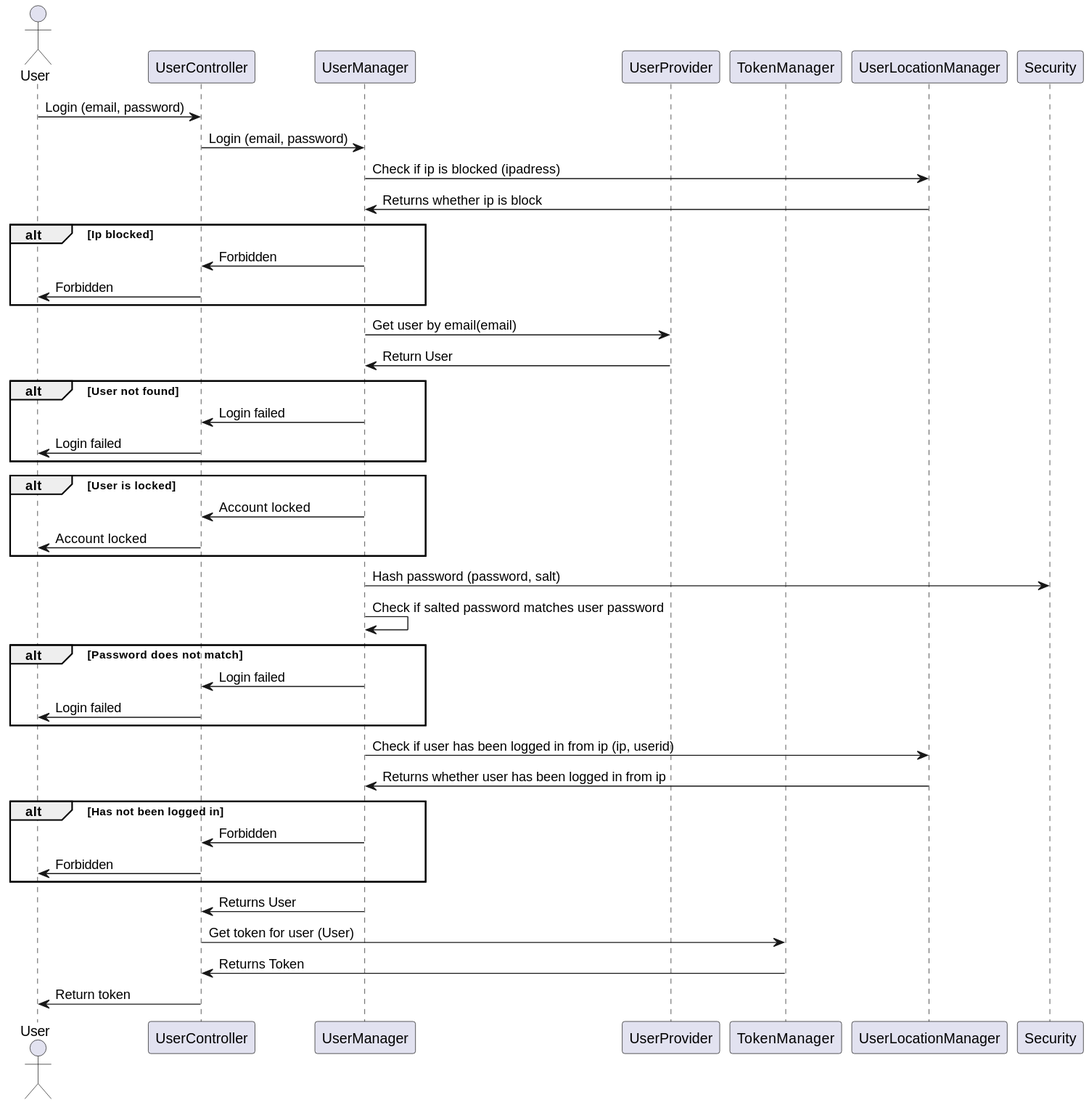
Earlier version of the PlantUML export Docs/out/SDDiagrams/LoginSD/Login SD.svg (blackout1471/trust-us-school).
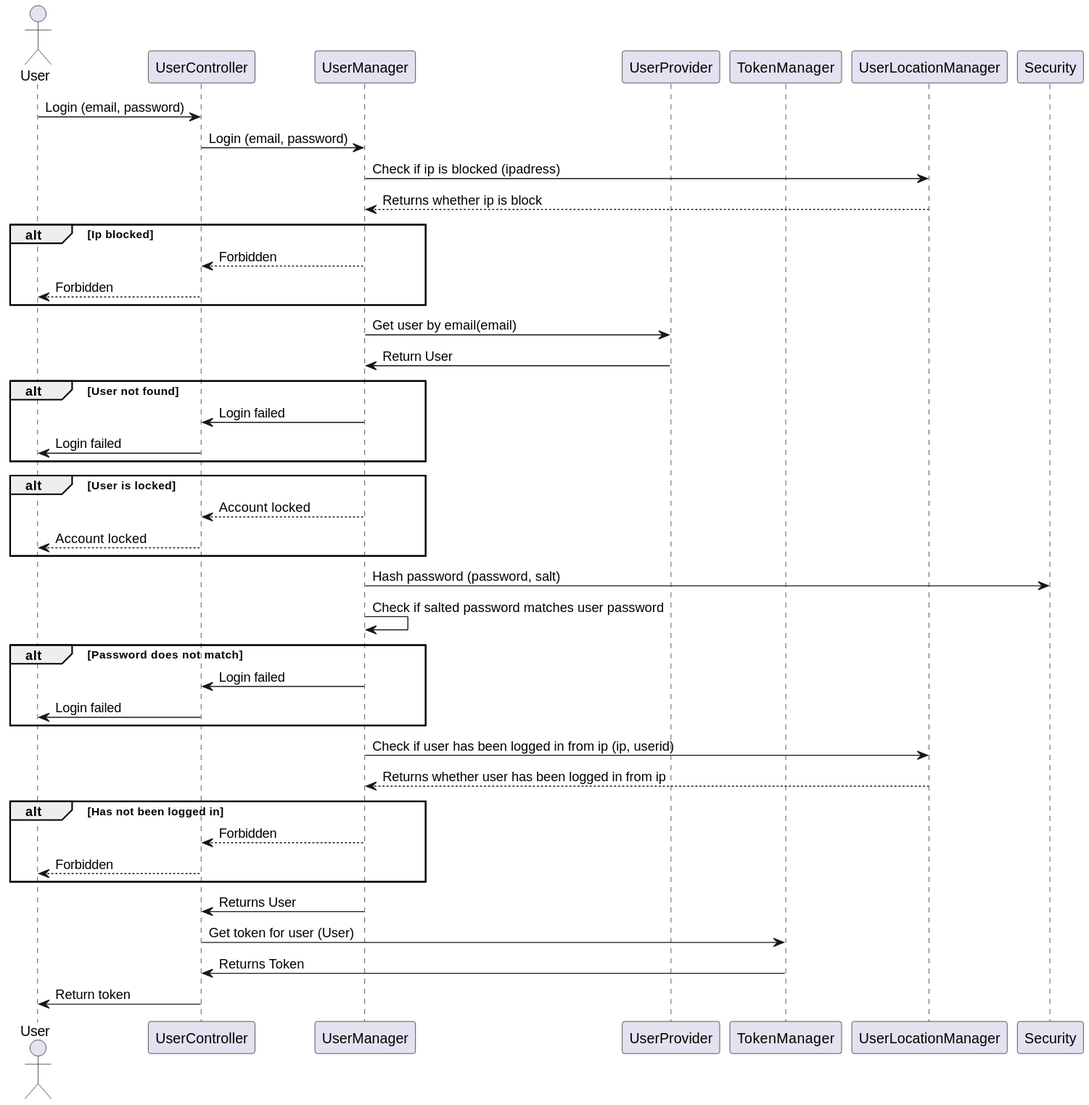
Later version of the same file.

Diff of the diagram source:
```diff
@@ -11,11 +11,11 @@
 User->UserController: Login (email, password)
 UserController->UserManager: Login (email, password)
 UserManager->UserLocationManager: Check if ip is blocked (ipadress)
-UserLocationManager->UserManager: Returns whether ip is block
+UserLocationManager-->UserManager: Returns whether ip is block
 
 alt Ip blocked
-UserManager->UserController: Forbidden
-UserController->User: Forbidden
+UserManager-->UserController: Forbidden
+UserController-->User: Forbidden
 end
 
 UserManager->UserProvider: Get user by email(email)
@@ -31,8 +31,8 @@
 
 alt User is locked
 
-UserManager->UserController: Account locked
-UserController->User: Account locked
+UserManager-->UserController: Account locked
+UserController-->User: Account locked
 
 end
 
@@ -48,12 +48,12 @@
 
 
 UserManager->UserLocationManager: Check if user has been logged in from ip (ip, userid)
-UserLocationManager->UserManager: Returns whether user has been logged in from ip
+UserLocationManager-->UserManager: Returns whether user has been logged in from ip
 
 alt Has not been logged in
 
-UserManager->UserController: Forbidden
-UserController->User: Forbidden
+UserManager-->UserController: Forbidden
+UserController-->User: Forbidden
 
 end
 
```
